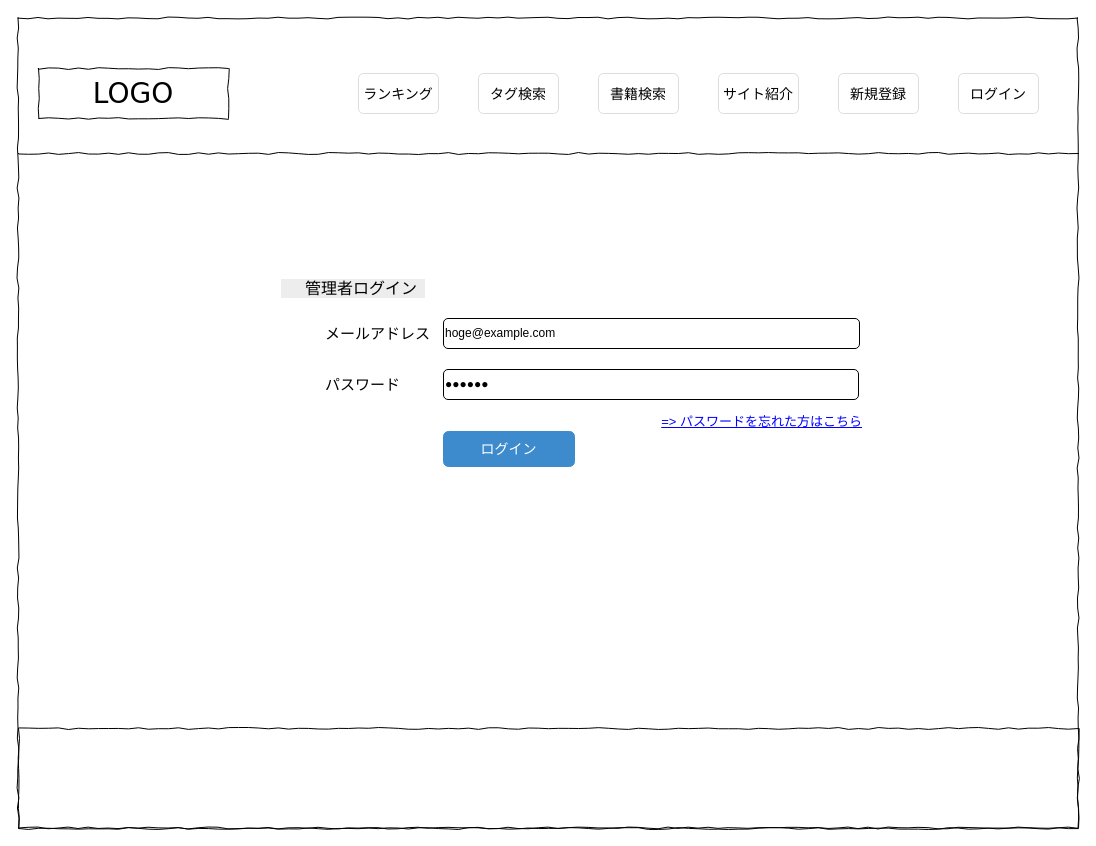
Earlier version of the draw.io diagram page "管理者ログイン" (1 of 12) of wire_TechnicalBookReviewers_admin.drawio (MitsuruYako/TechnicalBookReviewers). Source tidied: cells renumbered, new cells numbered last; positions are measured from the earlier drawing's top-left corner, leaving out a move shared by most shapes. Both pictures are drawn from the tidied source at 100%, with x=0, y=0 at pixel (18, 18).
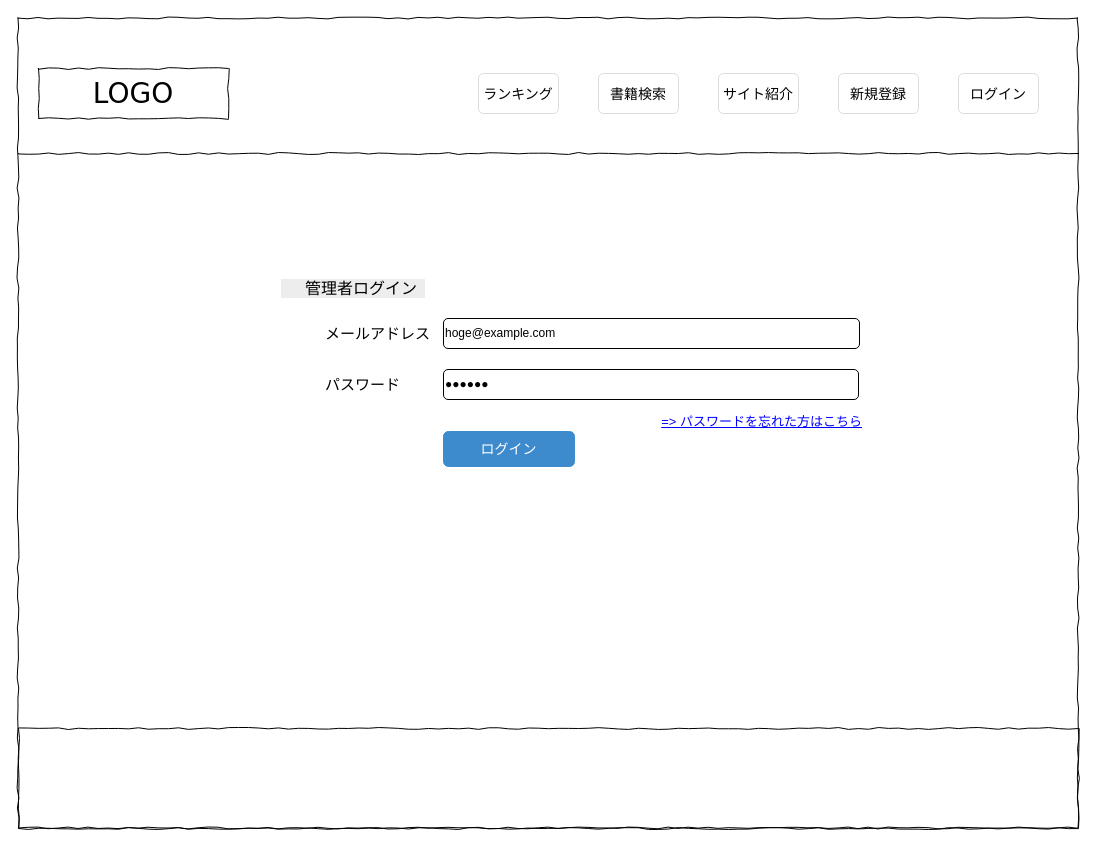
The same diagram, later.

What changed in the source:
```diff
@@
 <mxGraphModel>
   <root>
     <mxCell id="0" />
     <mxCell id="1" parent="0" />
     <mxCell id="2" style="whiteSpace=wrap;html=1;rounded=0;shadow=0;labelBackgroundColor=none;strokeColor=#000000;strokeWidth=1;fillColor=none;fontFamily=Verdana;fontSize=12;fontColor=#000000;align=center;comic=1;" parent="1" vertex="1">
       <mxGeometry x="-0.5" y="-0.5" width="1060" height="810" as="geometry" />
     </mxCell>
     <mxCell id="3" value="LOGO" style="whiteSpace=wrap;html=1;rounded=0;shadow=0;labelBackgroundColor=none;strokeColor=#000000;strokeWidth=1;fillColor=#ffffff;fontFamily=Verdana;fontSize=28;fontColor=#000000;align=center;comic=1;" parent="1" vertex="1">
       <mxGeometry x="20" y="50" width="190" height="50" as="geometry" />
     </mxCell>
     <mxCell id="4" style="line;strokeWidth=1;html=1;rounded=0;shadow=0;labelBackgroundColor=none;fillColor=none;fontFamily=Verdana;fontSize=14;fontColor=#000000;align=center;comic=1;" parent="1" vertex="1">
       <mxGeometry y="130" width="1060" height="10" as="geometry" />
     </mxCell>
     <mxCell id="5" style="whiteSpace=wrap;html=1;rounded=0;shadow=0;labelBackgroundColor=none;strokeColor=#000000;strokeWidth=1;fillColor=none;fontFamily=Verdana;fontSize=12;fontColor=#000000;align=center;comic=1;" parent="1" vertex="1">
       <mxGeometry y="710" width="1060" height="100" as="geometry" />
     </mxCell>
     <mxCell id="6" value="hoge@example.com" style="rounded=1;whiteSpace=wrap;html=1;align=left;" parent="1" vertex="1">
       <mxGeometry x="425" y="300" width="416" height="30" as="geometry" />
     </mxCell>
     <mxCell id="7" value="メールアドレス" style="text;html=1;strokeColor=none;fillColor=none;align=left;verticalAlign=middle;whiteSpace=wrap;rounded=0;fontSize=15;" parent="1" vertex="1">
       <mxGeometry x="304.5" y="305" width="110" height="20" as="geometry" />
     </mxCell>
     <mxCell id="8" value="●●●●●●" style="rounded=1;whiteSpace=wrap;html=1;align=left;" parent="1" vertex="1">
       <mxGeometry x="425" y="351" width="415" height="30" as="geometry" />
     </mxCell>
     <mxCell id="9" value="パスワード" style="text;html=1;strokeColor=none;fillColor=none;align=left;verticalAlign=middle;whiteSpace=wrap;rounded=0;fontSize=15;" parent="1" vertex="1">
       <mxGeometry x="304.5" y="355.5" width="110" height="20" as="geometry" />
     </mxCell>
     <mxCell id="10" value="　管理者ログイン　" style="text;html=1;strokeColor=none;fillColor=none;align=center;verticalAlign=middle;whiteSpace=wrap;rounded=0;labelBackgroundColor=#EDEDED;fontSize=16;" parent="1" vertex="1">
       <mxGeometry x="140" y="260" width="390" height="20" as="geometry" />
     </mxCell>
     <mxCell id="11" value="&lt;font color=&quot;#0000ff&quot; style=&quot;font-size: 13px;&quot;&gt;&lt;u style=&quot;font-size: 13px;&quot;&gt;=&amp;gt; パスワードを忘れた方はこちら&lt;/u&gt;&lt;/font&gt;" style="text;html=1;strokeColor=none;fillColor=none;align=right;verticalAlign=middle;whiteSpace=wrap;rounded=0;fontSize=13;" parent="1" vertex="1">
       <mxGeometry x="550" y="393" width="296" height="20" as="geometry" />
     </mxCell>
     <mxCell id="12" value="&lt;span style=&quot;font-size: 14px&quot;&gt;ログイン&lt;/span&gt;" style="html=1;shadow=0;dashed=0;shape=mxgraph.bootstrap.rrect;rSize=5;fillColor=#3D8BCD;align=center;strokeColor=#3D8BCD;fontColor=#ffffff;fontSize=10;whiteSpace=wrap;" parent="1" vertex="1">
       <mxGeometry x="425" y="413" width="131" height="35" as="geometry" />
     </mxCell>
     <mxCell id="13" value="&lt;span style=&quot;font-size: 14px&quot;&gt;サイト紹介&lt;/span&gt;" style="html=1;shadow=0;dashed=0;shape=mxgraph.bootstrap.rrect;rSize=5;strokeColor=#dddddd;align=center;fontSize=16;whiteSpace=wrap;fillColor=#FFFFFF;" parent="1" vertex="1">
       <mxGeometry x="700" y="55" width="80" height="40" as="geometry" />
     </mxCell>
     <mxCell id="14" value="&lt;span style=&quot;font-size: 14px&quot;&gt;書籍検索&lt;/span&gt;" style="html=1;shadow=0;dashed=0;shape=mxgraph.bootstrap.rrect;rSize=5;strokeColor=#dddddd;align=center;fontSize=16;whiteSpace=wrap;fillColor=#FFFFFF;" parent="1" vertex="1">
       <mxGeometry x="580" y="55" width="80" height="40" as="geometry" />
     </mxCell>
-    <mxCell id="15" value="&lt;span style=&quot;font-size: 14px&quot;&gt;タグ検索&lt;/span&gt;" style="html=1;shadow=0;dashed=0;shape=mxgraph.bootstrap.rrect;rSize=5;strokeColor=#dddddd;align=center;fontSize=16;whiteSpace=wrap;fillColor=#FFFFFF;" parent="1" vertex="1">
+    <mxCell id="15" value="&lt;span style=&quot;font-size: 14px&quot;&gt;ランキング&lt;/span&gt;" style="html=1;shadow=0;dashed=0;shape=mxgraph.bootstrap.rrect;rSize=5;strokeColor=#dddddd;align=center;fontSize=16;whiteSpace=wrap;fillColor=#FFFFFF;" parent="1" vertex="1">
       <mxGeometry x="460" y="55" width="80" height="40" as="geometry" />
     </mxCell>
-    <mxCell id="16" value="&lt;span style=&quot;font-size: 14px&quot;&gt;ランキング&lt;/span&gt;" style="html=1;shadow=0;dashed=0;shape=mxgraph.bootstrap.rrect;rSize=5;strokeColor=#dddddd;align=center;fontSize=16;whiteSpace=wrap;fillColor=#FFFFFF;" parent="1" vertex="1">
-      <mxGeometry x="340" y="55" width="80" height="40" as="geometry" />
-    </mxCell>
     <mxCell id="17" value="&lt;font style=&quot;font-size: 14px&quot;&gt;ログイン&lt;/font&gt;" style="html=1;shadow=0;dashed=0;shape=mxgraph.bootstrap.rrect;rSize=5;strokeColor=#dddddd;align=center;fontSize=16;whiteSpace=wrap;fillColor=#FFFFFF;" parent="1" vertex="1">
       <mxGeometry x="940" y="55" width="80" height="40" as="geometry" />
     </mxCell>
     <mxCell id="18" value="&lt;font style=&quot;font-size: 14px&quot;&gt;新規登録&lt;/font&gt;" style="html=1;shadow=0;dashed=0;shape=mxgraph.bootstrap.rrect;rSize=5;strokeColor=#dddddd;align=center;fontSize=16;whiteSpace=wrap;fillColor=#FFFFFF;" parent="1" vertex="1">
       <mxGeometry x="820" y="55" width="80" height="40" as="geometry" />
     </mxCell>
   </root>
 </mxGraphModel>
```
